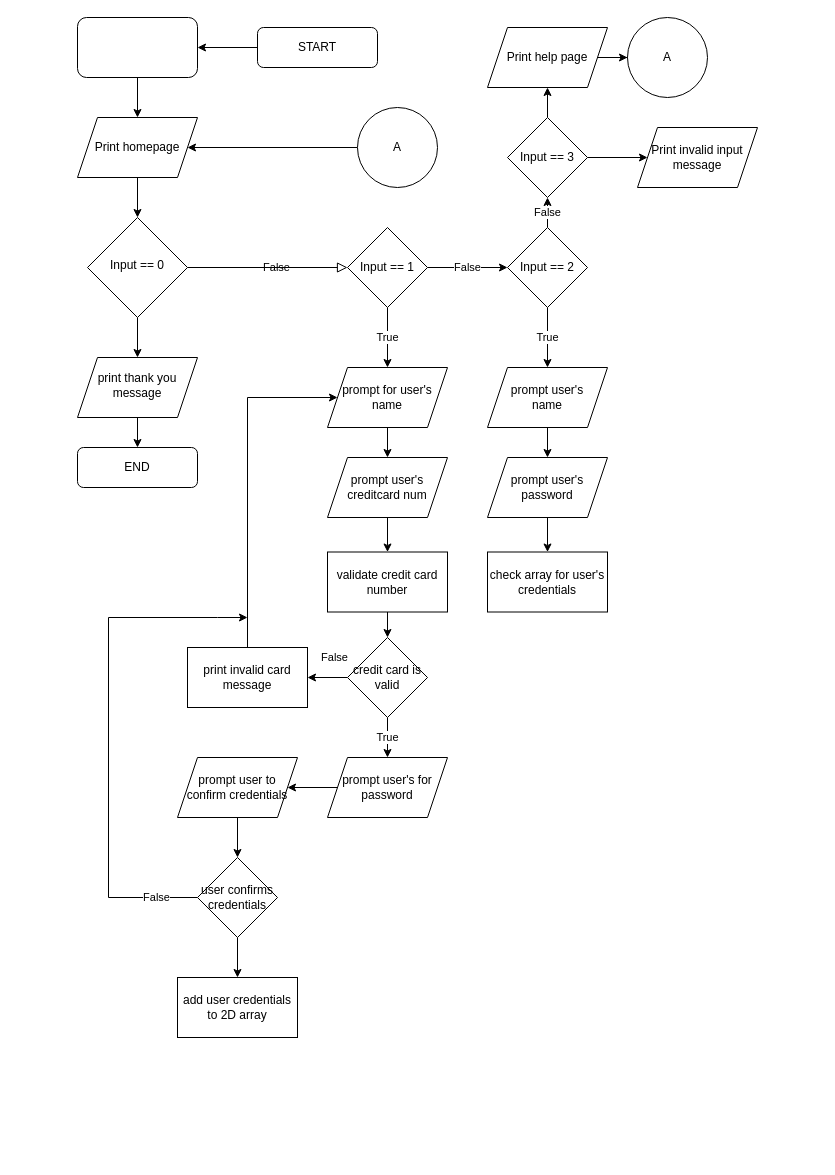
Earlier version of the draw.io diagram Untitled Diagram.drawio (Gooseytwoshoes/Creditcard-Database). Source tidied: cells renumbered, new cells numbered last; positions are measured from the earlier drawing's top-left corner, leaving out a move shared by most shapes. Both pictures are drawn from the tidied source at 100%, with x=0, y=0 at pixel (77, 17).
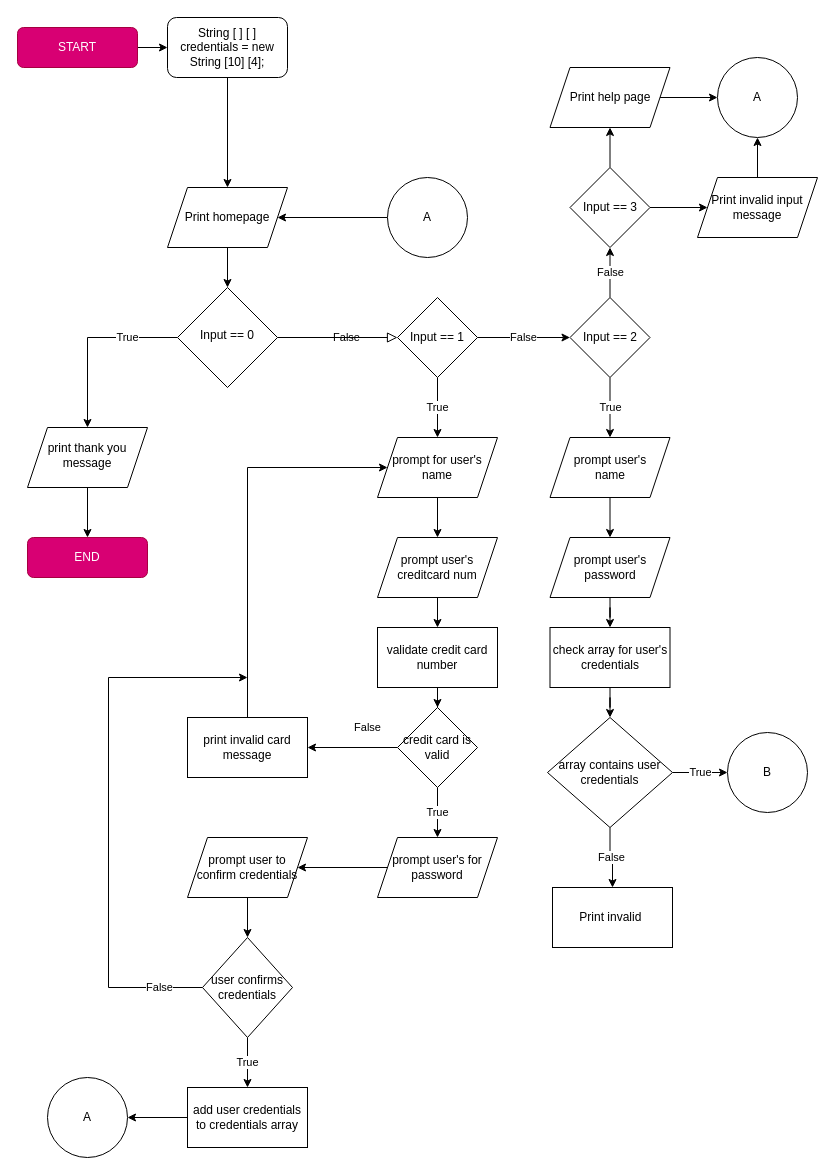
Above is the later version.

Commit message:
CreditWise_flowchart

Diff of the diagram source:
```diff
@@
-    <mxCell id="3" value="START" style="rounded=1;whiteSpace=wrap;html=1;fontSize=12;glass=0;strokeWidth=1;shadow=0;" parent="1" vertex="1">
-      <mxGeometry x="180" y="10" width="120" height="40" as="geometry" />
+    <mxCell id="3" value="START" style="rounded=1;whiteSpace=wrap;html=1;fontSize=12;glass=0;strokeWidth=1;shadow=0;fillColor=#d80073;fontColor=#ffffff;strokeColor=#A50040;" parent="1" vertex="1">
+      <mxGeometry x="-60" y="10" width="120" height="40" as="geometry" />
     </mxCell>
@@
-    <mxCell id="5" value="END" style="rounded=1;whiteSpace=wrap;html=1;fontSize=12;glass=0;strokeWidth=1;shadow=0;" parent="1" vertex="1">
-      <mxGeometry y="430" width="120" height="40" as="geometry" />
+    <mxCell id="5" value="END" style="rounded=1;whiteSpace=wrap;html=1;fontSize=12;glass=0;strokeWidth=1;shadow=0;fillColor=#d80073;fontColor=#ffffff;strokeColor=#A50040;" parent="1" vertex="1">
+      <mxGeometry x="-50" y="520" width="120" height="40" as="geometry" />
     </mxCell>
@@
     <mxCell id="8" value="Input == 2" style="rhombus;whiteSpace=wrap;html=1;" parent="1" vertex="1">
-      <mxGeometry x="430" y="210" width="80" height="80" as="geometry" />
+      <mxGeometry x="492.5" y="280" width="80" height="80" as="geometry" />
     </mxCell>
@@
     <mxCell id="11" value="Input == 1" style="rhombus;whiteSpace=wrap;html=1;" parent="1" vertex="1">
-      <mxGeometry x="270" y="210" width="80" height="80" as="geometry" />
+      <mxGeometry x="320" y="280" width="80" height="80" as="geometry" />
     </mxCell>
@@
     <mxCell id="14" value="Input == 3" style="rhombus;whiteSpace=wrap;html=1;" parent="1" vertex="1">
-      <mxGeometry x="430" y="100" width="80" height="80" as="geometry" />
+      <mxGeometry x="492.5" y="150" width="80" height="80" as="geometry" />
     </mxCell>
     <mxCell id="15" value="A" style="ellipse;whiteSpace=wrap;html=1;" parent="1" vertex="1">
-      <mxGeometry x="550" width="80" height="80" as="geometry" />
+      <mxGeometry x="640" y="40" width="80" height="80" as="geometry" />
     </mxCell>
@@
     <mxCell id="17" value="A" style="ellipse;whiteSpace=wrap;html=1;" parent="1" vertex="1">
-      <mxGeometry x="280" y="90" width="80" height="80" as="geometry" />
+      <mxGeometry x="310" y="160" width="80" height="80" as="geometry" />
     </mxCell>
@@
     <mxCell id="19" value="Print homepage" style="shape=parallelogram;perimeter=parallelogramPerimeter;whiteSpace=wrap;html=1;fixedSize=1;" parent="1" vertex="1">
-      <mxGeometry y="100" width="120" height="60" as="geometry" />
+      <mxGeometry x="90" y="170" width="120" height="60" as="geometry" />
     </mxCell>
@@
     <mxCell id="21" value="Print help page" style="shape=parallelogram;perimeter=parallelogramPerimeter;whiteSpace=wrap;html=1;fixedSize=1;" parent="1" vertex="1">
-      <mxGeometry x="410" y="10" width="120" height="60" as="geometry" />
+      <mxGeometry x="472.5" y="50" width="120" height="60" as="geometry" />
     </mxCell>
@@
     <mxCell id="23" value="prompt for user's&lt;br&gt;name" style="shape=parallelogram;perimeter=parallelogramPerimeter;whiteSpace=wrap;html=1;fixedSize=1;" parent="1" vertex="1">
-      <mxGeometry x="250" y="350" width="120" height="60" as="geometry" />
+      <mxGeometry x="300" y="420" width="120" height="60" as="geometry" />
     </mxCell>
@@
     <mxCell id="25" value="prompt user's&lt;br&gt;name" style="shape=parallelogram;perimeter=parallelogramPerimeter;whiteSpace=wrap;html=1;fixedSize=1;" parent="1" vertex="1">
-      <mxGeometry x="410" y="350" width="120" height="60" as="geometry" />
+      <mxGeometry x="472.5" y="420" width="120" height="60" as="geometry" />
     </mxCell>
+    <mxCell id="53" style="edgeStyle=orthogonalEdgeStyle;rounded=0;jettySize=auto;html=1;" parent="1" edge="1" source="26" target="15">
+      <mxGeometry relative="1" as="geometry" />
+    </mxCell>
     <mxCell id="26" value="Print invalid input message" style="shape=parallelogram;perimeter=parallelogramPerimeter;whiteSpace=wrap;html=1;fixedSize=1;" parent="1" vertex="1">
-      <mxGeometry x="560" y="110" width="120" height="60" as="geometry" />
+      <mxGeometry x="620" y="160" width="120" height="60" as="geometry" />
     </mxCell>
@@
     <mxCell id="28" value="prompt user's&lt;br&gt;creditcard num" style="shape=parallelogram;perimeter=parallelogramPerimeter;whiteSpace=wrap;html=1;fixedSize=1;" parent="1" vertex="1">
-      <mxGeometry x="250" y="440" width="120" height="60" as="geometry" />
+      <mxGeometry x="300" y="520" width="120" height="60" as="geometry" />
     </mxCell>
@@
     <mxCell id="30" value="prompt user's&lt;br&gt;password" style="shape=parallelogram;perimeter=parallelogramPerimeter;whiteSpace=wrap;html=1;fixedSize=1;" parent="1" vertex="1">
-      <mxGeometry x="410" y="440" width="120" height="60" as="geometry" />
+      <mxGeometry x="472.5" y="520" width="120" height="60" as="geometry" />
     </mxCell>
@@
     <mxCell id="32" value="validate credit card number" style="whiteSpace=wrap;html=1;" parent="1" vertex="1">
-      <mxGeometry x="250" y="534.5" width="120" height="60" as="geometry" />
+      <mxGeometry x="300" y="610" width="120" height="60" as="geometry" />
     </mxCell>
+    <mxCell id="54" style="edgeStyle=orthogonalEdgeStyle;rounded=0;jettySize=auto;html=1;" parent="1" edge="1" source="33" target="59">
+      <mxGeometry relative="1" as="geometry" />
+    </mxCell>
     <mxCell id="33" value="check array for user's credentials" style="whiteSpace=wrap;html=1;" parent="1" vertex="1">
-      <mxGeometry x="410" y="534.5" width="120" height="60" as="geometry" />
+      <mxGeometry x="472.5" y="610" width="120" height="60" as="geometry" />
     </mxCell>
@@
     <mxCell id="36" value="credit card is valid" style="rhombus;whiteSpace=wrap;html=1;" parent="1" vertex="1">
-      <mxGeometry x="270" y="620" width="80" height="80" as="geometry" />
+      <mxGeometry x="320" y="690" width="80" height="80" as="geometry" />
     </mxCell>
     <mxCell id="37" style="edgeStyle=orthogonalEdgeStyle;rounded=0;jettySize=auto;html=1;exitX=0.5;exitY=0;exitDx=0;exitDy=0;" parent="1" edge="1" source="38" target="23">
       <mxGeometry relative="1" as="geometry">
         <Array as="points">
-          <mxPoint x="170" y="380" />
+          <mxPoint x="170" y="450" />
         </Array>
       </mxGeometry>
     </mxCell>
     <mxCell id="38" value="print invalid card message" style="whiteSpace=wrap;html=1;" parent="1" vertex="1">
-      <mxGeometry x="110" y="630" width="120" height="60" as="geometry" />
+      <mxGeometry x="110" y="700" width="120" height="60" as="geometry" />
     </mxCell>
-    <mxCell id="39" style="edgeStyle=orthogonalEdgeStyle;rounded=0;jettySize=auto;html=1;" parent="1" edge="1" source="40" target="52">
-      <mxGeometry relative="1" as="geometry" />
+    <mxCell id="39" value="True" style="edgeStyle=orthogonalEdgeStyle;rounded=0;jettySize=auto;html=1;" parent="1" edge="1" source="40" target="52">
+      <mxGeometry x="-0.44" relative="1" as="geometry" />
     </mxCell>
     <mxCell id="40" value="Input == 0" style="rhombus;whiteSpace=wrap;html=1;shadow=0;fontFamily=Helvetica;fontSize=12;align=center;strokeWidth=1;spacing=6;spacingTop=-4;" parent="1" vertex="1">
-      <mxGeometry x="10" y="200" width="100" height="100" as="geometry" />
+      <mxGeometry x="100" y="270" width="100" height="100" as="geometry" />
     </mxCell>
@@
     <mxCell id="42" value="prompt user's for password" style="shape=parallelogram;perimeter=parallelogramPerimeter;whiteSpace=wrap;html=1;fixedSize=1;" parent="1" vertex="1">
-      <mxGeometry x="250" y="740" width="120" height="60" as="geometry" />
+      <mxGeometry x="300" y="820" width="120" height="60" as="geometry" />
     </mxCell>
@@
     <mxCell id="44" value="prompt user to confirm credentials" style="shape=parallelogram;perimeter=parallelogramPerimeter;whiteSpace=wrap;html=1;fixedSize=1;" parent="1" vertex="1">
-      <mxGeometry x="100" y="740" width="120" height="60" as="geometry" />
+      <mxGeometry x="110" y="820" width="120" height="60" as="geometry" />
     </mxCell>
     <mxCell id="45" value="False" style="edgeStyle=orthogonalEdgeStyle;rounded=0;jettySize=auto;html=1;exitX=0;exitY=0.5;exitDx=0;exitDy=0;" parent="1" edge="1" source="47">
       <mxGeometry x="-0.84" relative="1" as="geometry">
-        <mxPoint x="170" y="600" as="targetPoint" />
+        <mxPoint x="170" y="660" as="targetPoint" />
         <Array as="points">
-          <mxPoint x="31" y="880" />
-          <mxPoint x="31" y="600" />
-          <mxPoint x="140" y="600" />
+          <mxPoint x="31" y="970" />
+          <mxPoint x="31" y="660" />
+          <mxPoint x="170" y="660" />
         </Array>
       </mxGeometry>
     </mxCell>
-    <mxCell id="46" style="edgeStyle=orthogonalEdgeStyle;rounded=0;jettySize=auto;html=1;" parent="1" edge="1" source="47" target="48">
+    <mxCell id="46" value="True" style="edgeStyle=orthogonalEdgeStyle;rounded=0;jettySize=auto;html=1;" parent="1" edge="1" source="47" target="48">
       <mxGeometry relative="1" as="geometry" />
     </mxCell>
     <mxCell id="47" value="user confirms credentials" style="rhombus;whiteSpace=wrap;html=1;" parent="1" vertex="1">
-      <mxGeometry x="120" y="840" width="80" height="80" as="geometry" />
+      <mxGeometry x="125" y="920" width="90" height="100" as="geometry" />
     </mxCell>
+    <mxCell id="55" style="edgeStyle=orthogonalEdgeStyle;rounded=0;jettySize=auto;html=1;" parent="1" edge="1" source="48" target="56">
+      <mxGeometry relative="1" as="geometry" />
+    </mxCell>
-    <mxCell id="48" value="add user credentials to 2D array" style="whiteSpace=wrap;html=1;" parent="1" vertex="1">
-      <mxGeometry x="100" y="960" width="120" height="60" as="geometry" />
+    <mxCell id="48" value="add user credentials to credentials array" style="whiteSpace=wrap;html=1;" parent="1" vertex="1">
+      <mxGeometry x="110" y="1070" width="120" height="60" as="geometry" />
     </mxCell>
@@
-    <mxCell id="50" style="whiteSpace=wrap;html=1;rounded=1;glass=0;strokeWidth=1;shadow=0;" parent="1" vertex="1">
-      <mxGeometry width="120" height="60" as="geometry" />
+    <mxCell id="50" value="String [ ] [ ] credentials = new String [10] [4];" style="whiteSpace=wrap;html=1;rounded=1;glass=0;strokeWidth=1;shadow=0;" parent="1" vertex="1">
+      <mxGeometry x="90" width="120" height="60" as="geometry" />
     </mxCell>
@@
     <mxCell id="52" value="print thank you message" style="shape=parallelogram;perimeter=parallelogramPerimeter;whiteSpace=wrap;html=1;fixedSize=1;shadow=0;strokeWidth=1;spacing=6;spacingTop=-4;" parent="1" vertex="1">
-      <mxGeometry y="340" width="120" height="60" as="geometry" />
+      <mxGeometry x="-50" y="410" width="120" height="60" as="geometry" />
     </mxCell>
+    <mxCell id="56" value="A" style="ellipse;whiteSpace=wrap;html=1;" parent="1" vertex="1">
+      <mxGeometry x="-30" y="1060" width="80" height="80" as="geometry" />
+    </mxCell>
+    <mxCell id="57" value="False" style="edgeStyle=orthogonalEdgeStyle;rounded=0;jettySize=auto;html=1;" parent="1" edge="1" source="59" target="60">
+      <mxGeometry relative="1" as="geometry" />
+    </mxCell>
+    <mxCell id="58" value="True" style="edgeStyle=orthogonalEdgeStyle;rounded=0;jettySize=auto;html=1;" parent="1" edge="1" source="59" target="61">
+      <mxGeometry relative="1" as="geometry" />
+    </mxCell>
+    <mxCell id="59" value="array contains user credentials" style="rhombus;whiteSpace=wrap;html=1;" parent="1" vertex="1">
+      <mxGeometry x="470" y="700" width="125" height="110" as="geometry" />
+    </mxCell>
+    <mxCell id="60" value="Print invalid&amp;nbsp;" style="whiteSpace=wrap;html=1;" parent="1" vertex="1">
+      <mxGeometry x="475" y="870" width="120" height="60" as="geometry" />
+    </mxCell>
+    <mxCell id="61" value="B" style="ellipse;whiteSpace=wrap;html=1;" parent="1" vertex="1">
+      <mxGeometry x="650" y="715" width="80" height="80" as="geometry" />
+    </mxCell>
```
